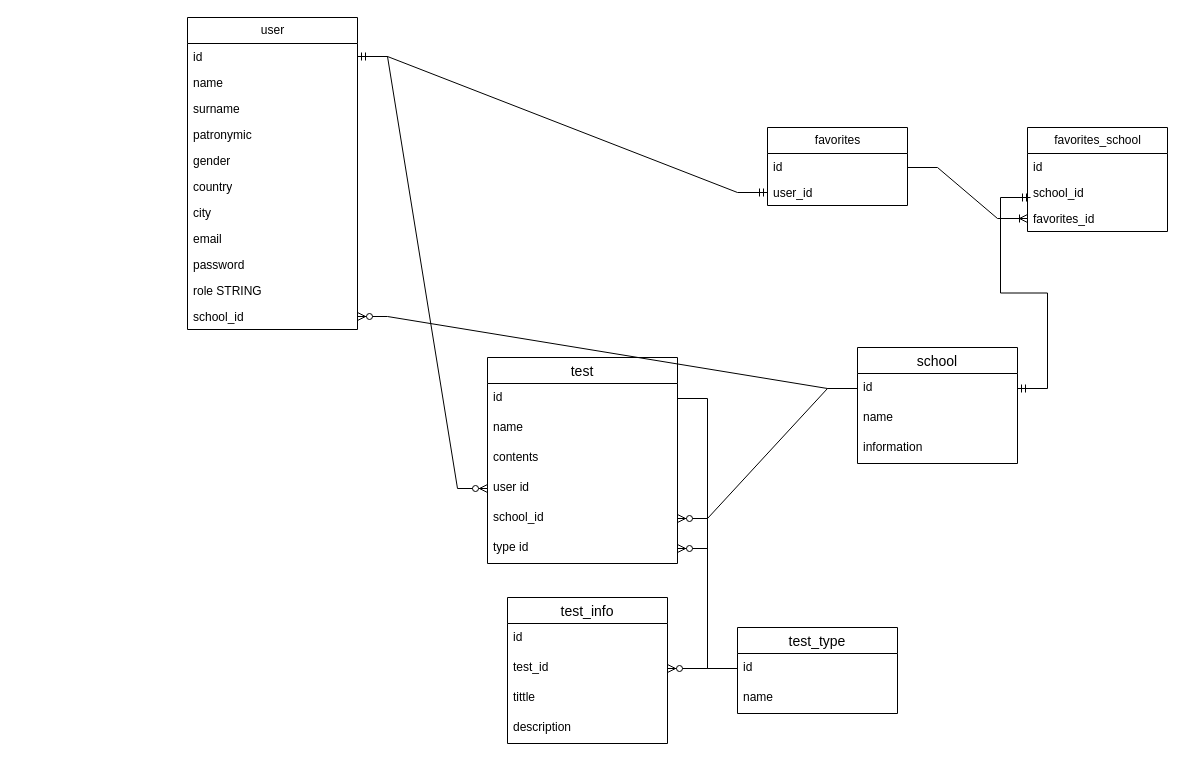
Above: 01 - educationalPlatform/diagramDB.drawio in dimamityai/educationalPlatform (draw.io), before the change. Source tidied: cells renumbered, new cells numbered last; positions are measured from the earlier drawing's top-left corner, leaving out a move shared by most shapes. Both pictures are drawn from the tidied source at 100%, with x=0, y=0 at pixel (187, 17).
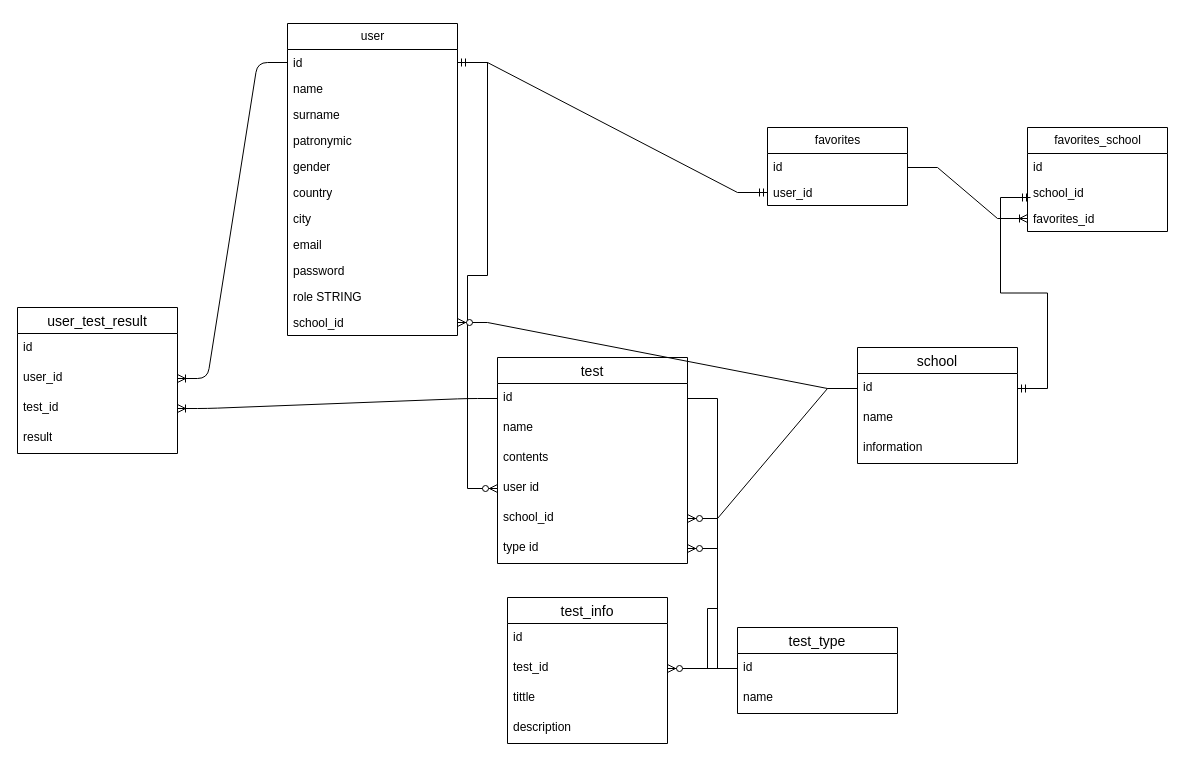
Above is the later version.

Unchanged cells that the change refers to:
```xml
<mxCell id="3" value="id" style="text;strokeColor=none;fillColor=none;align=left;verticalAlign=top;spacingLeft=4;spacingRight=4;overflow=hidden;points=[[0,0.5],[1,0.5]];portConstraint=eastwest;whiteSpace=wrap;html=1;" parent="2" vertex="1">
  <mxGeometry y="26" width="170" height="26" as="geometry" />
</mxCell>
<mxCell id="19" value="id" style="text;strokeColor=none;fillColor=none;spacingLeft=4;spacingRight=4;overflow=hidden;points=[[0,0.5],[1,0.5]];portConstraint=eastwest;fontSize=12;whiteSpace=wrap;html=1;" parent="18" vertex="1">
  <mxGeometry y="26" width="190" height="30" as="geometry" />
</mxCell>
```

Diff of the diagram source:
```diff
@@
     <mxCell id="2" value="user" style="swimlane;fontStyle=0;horizontal=1;startSize=26;fillColor=none;html=1;" parent="1" vertex="1">
-      <mxGeometry width="170" height="312" as="geometry" />
+      <mxGeometry x="100" y="6" width="170" height="312" as="geometry" />
     </mxCell>
@@
     <mxCell id="18" value="test" style="swimlane;fontStyle=0;horizontal=1;startSize=26;align=center;fontSize=14;" parent="1" vertex="1">
-      <mxGeometry x="300" y="340" width="190" height="206" as="geometry" />
+      <mxGeometry x="310" y="340" width="190" height="206" as="geometry" />
     </mxCell>
@@
+    <mxCell id="48" value="user_test_result" style="swimlane;fontStyle=0;horizontal=1;startSize=26;align=center;fontSize=14;" parent="1" vertex="1">
+      <mxGeometry x="-170" y="290" width="160" height="146" as="geometry" />
+    </mxCell>
+    <mxCell id="49" value="id" style="text;strokeColor=none;fillColor=none;spacingLeft=4;spacingRight=4;overflow=hidden;fontSize=12;whiteSpace=wrap;html=1;" parent="48" vertex="1">
+      <mxGeometry y="26" width="160" height="30" as="geometry" />
+    </mxCell>
+    <mxCell id="50" value="user_id" style="text;strokeColor=none;fillColor=none;spacingLeft=4;spacingRight=4;overflow=hidden;points=[[0,0.5],[1,0.5]];portConstraint=eastwest;fontSize=12;whiteSpace=wrap;html=1;" parent="48" vertex="1">
+      <mxGeometry y="56" width="160" height="30" as="geometry" />
+    </mxCell>
+    <mxCell id="51" value="test_id" style="text;strokeColor=none;fillColor=none;spacingLeft=4;spacingRight=4;overflow=hidden;points=[[0,0.5],[1,0.5]];portConstraint=eastwest;fontSize=12;whiteSpace=wrap;html=1;" parent="48" vertex="1">
+      <mxGeometry y="86" width="160" height="30" as="geometry" />
+    </mxCell>
+    <mxCell id="52" value="result" style="text;strokeColor=none;fillColor=none;spacingLeft=4;spacingRight=4;overflow=hidden;fontSize=12;whiteSpace=wrap;html=1;" parent="48" vertex="1">
+      <mxGeometry y="116" width="160" height="30" as="geometry" />
+    </mxCell>
+    <mxCell id="53" style="edgeStyle=entityRelationEdgeStyle;fontSize=12;html=1;endArrow=ERoneToMany;entryX=1;entryY=0.5;entryDx=0;entryDy=0;exitX=0;exitY=0.5;exitDx=0;exitDy=0;" parent="1" edge="1" source="3" target="50">
+      <mxGeometry relative="1" as="geometry" />
+    </mxCell>
+    <mxCell id="54" style="edgeStyle=entityRelationEdgeStyle;fontSize=12;html=1;endArrow=ERoneToMany;entryX=1;entryY=0.5;entryDx=0;entryDy=0;exitX=0;exitY=0.5;exitDx=0;exitDy=0;" parent="1" edge="1" source="19" target="51">
+      <mxGeometry relative="1" as="geometry" />
+    </mxCell>
```
